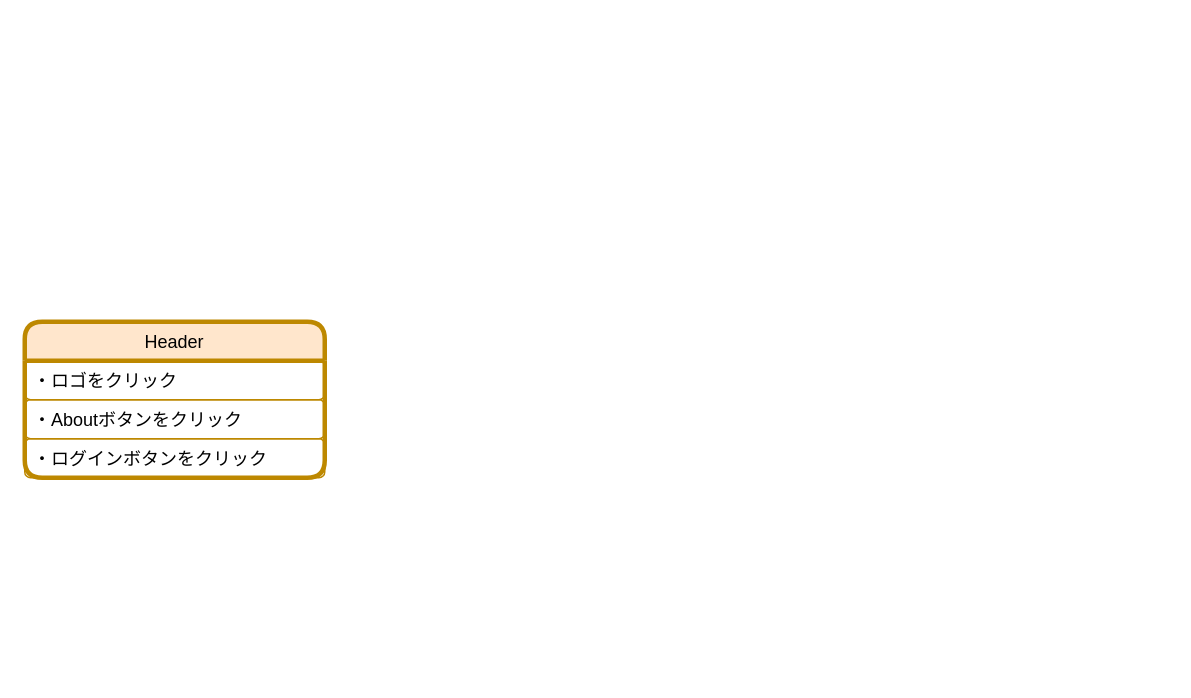
Earlier version of the draw.io diagram flowchart.drawio (MurapyonCorp/My-Portfolio). Source tidied: cells renumbered, new cells numbered last; positions are measured from the earlier drawing's top-left corner, leaving out a move shared by most shapes. Both pictures are drawn from the tidied source at 150%, with x=0, y=0 at pixel (24, 321).
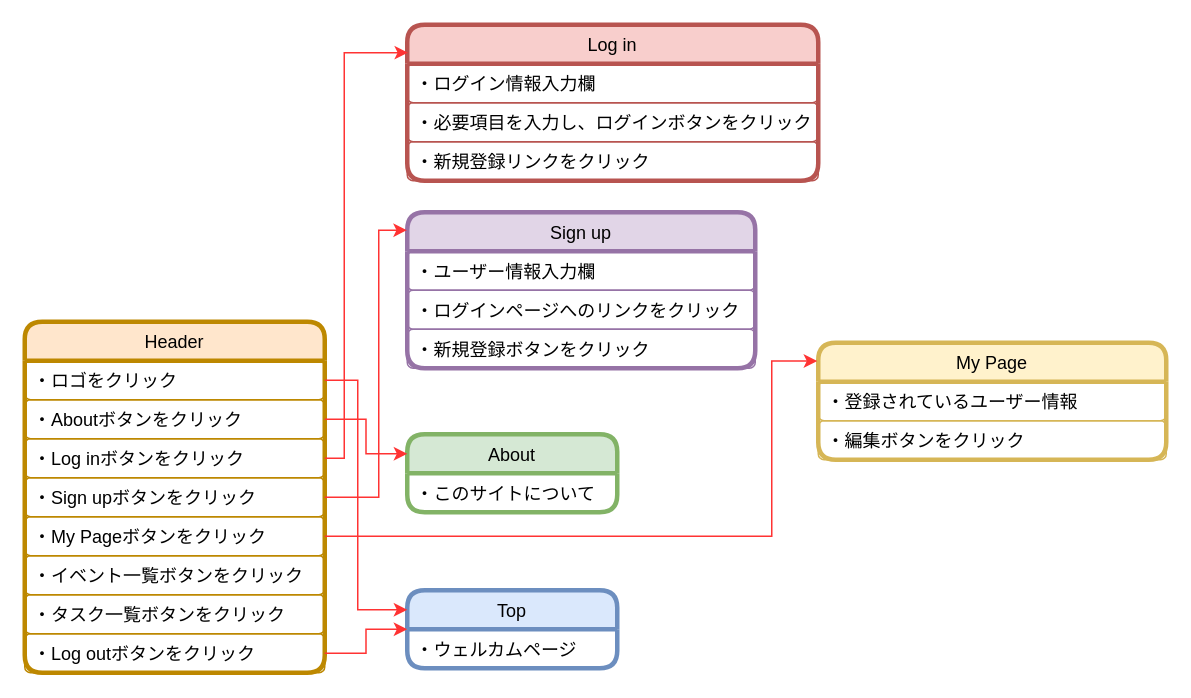
Above is the later version.

Commit message:
My Page complete

The change refers to these unchanged cells:
```xml
<mxCell id="3" value="・ロゴをクリック" style="text;fillColor=none;align=left;verticalAlign=top;spacingLeft=4;spacingRight=4;overflow=hidden;points=[[0,0.5],[1,0.5]];portConstraint=eastwest;perimeterSpacing=0;strokeWidth=1;rounded=1;glass=0;sketch=0;fontColor=#000000;labelBorderColor=none;strokeColor=#BD8800;" parent="2" vertex="1">
  <mxGeometry y="26" width="200" height="26" as="geometry" />
</mxCell>
<mxCell id="4" value="・Aboutボタンをクリック" style="text;strokeColor=#BD8800;fillColor=none;align=left;verticalAlign=top;spacingLeft=4;spacingRight=4;overflow=hidden;points=[[0,0.5],[1,0.5]];portConstraint=eastwest;rounded=1;fontColor=#000000;" parent="2" vertex="1">
  <mxGeometry y="52" width="200" height="26" as="geometry" />
</mxCell>
```

Change to the diagram source:
```diff
@@
     <mxCell id="2" value="Header" style="swimlane;fontStyle=0;horizontal=1;startSize=26;fillColor=#ffe6cc;strokeColor=#BD8800;strokeWidth=3;rounded=1;fontColor=#000000;" parent="1" vertex="1">
-      <mxGeometry width="200" height="104" as="geometry" />
+      <mxGeometry width="200" height="234" as="geometry" />
     </mxCell>
@@
-    <mxCell id="5" value="・ログインボタンをクリック" style="text;fillColor=none;align=left;verticalAlign=top;spacingLeft=4;spacingRight=4;overflow=hidden;points=[[0,0.5],[1,0.5]];portConstraint=eastwest;rounded=1;fontColor=#000000;strokeColor=#BD8800;" parent="2" vertex="1">
+    <mxCell id="5" value="・Log inボタンをクリック" style="text;fillColor=none;align=left;verticalAlign=top;spacingLeft=4;spacingRight=4;overflow=hidden;points=[[0,0.5],[1,0.5]];portConstraint=eastwest;rounded=1;fontColor=#000000;strokeColor=#BD8800;" parent="2" vertex="1">
       <mxGeometry y="78" width="200" height="26" as="geometry" />
     </mxCell>
+    <mxCell id="6" value="・Sign upボタンをクリック" style="text;fillColor=none;align=left;verticalAlign=top;spacingLeft=4;spacingRight=4;overflow=hidden;points=[[0,0.5],[1,0.5]];portConstraint=eastwest;rounded=1;fontColor=#000000;strokeColor=#BD8800;" parent="2" vertex="1">
+      <mxGeometry y="104" width="200" height="26" as="geometry" />
+    </mxCell>
+    <mxCell id="7" value="・My Pageボタンをクリック" style="text;fillColor=none;align=left;verticalAlign=top;spacingLeft=4;spacingRight=4;overflow=hidden;points=[[0,0.5],[1,0.5]];portConstraint=eastwest;rounded=1;fontColor=#000000;strokeColor=#BD8800;" parent="2" vertex="1">
+      <mxGeometry y="130" width="200" height="26" as="geometry" />
+    </mxCell>
+    <mxCell id="8" value="・イベント一覧ボタンをクリック" style="text;fillColor=none;align=left;verticalAlign=top;spacingLeft=4;spacingRight=4;overflow=hidden;rounded=1;fontColor=#000000;strokeColor=#BD8800;" parent="2" vertex="1">
+      <mxGeometry y="156" width="200" height="26" as="geometry" />
+    </mxCell>
+    <mxCell id="9" value="・タスク一覧ボタンをクリック" style="text;fillColor=none;align=left;verticalAlign=top;spacingLeft=4;spacingRight=4;overflow=hidden;rounded=1;fontColor=#000000;strokeColor=#BD8800;" parent="2" vertex="1">
+      <mxGeometry y="182" width="200" height="26" as="geometry" />
+    </mxCell>
+    <mxCell id="10" value="・Log outボタンをクリック" style="text;fillColor=none;align=left;verticalAlign=top;spacingLeft=4;spacingRight=4;overflow=hidden;points=[[0,0.5],[1,0.5]];portConstraint=eastwest;rounded=1;fontColor=#000000;strokeColor=#BD8800;" parent="2" vertex="1">
+      <mxGeometry y="208" width="200" height="26" as="geometry" />
+    </mxCell>
+    <mxCell id="11" value="Top" style="swimlane;fontStyle=0;horizontal=1;startSize=26;fillColor=#dae8fc;glass=0;sketch=0;strokeColor=#6c8ebf;rounded=1;fontColor=#000000;strokeWidth=3;" parent="1" vertex="1">
+      <mxGeometry x="255" y="179" width="140" height="52" as="geometry" />
+    </mxCell>
+    <mxCell id="12" value="・ウェルカムページ" style="text;strokeColor=none;fillColor=none;align=left;verticalAlign=top;spacingLeft=4;spacingRight=4;overflow=hidden;rounded=1;glass=0;sketch=0;fontColor=#000000;" parent="11" vertex="1">
+      <mxGeometry y="26" width="140" height="26" as="geometry" />
+    </mxCell>
+    <mxCell id="13" style="edgeStyle=orthogonalEdgeStyle;rounded=0;jettySize=auto;html=1;exitX=1;exitY=0.5;exitDx=0;exitDy=0;entryX=0;entryY=0.5;entryDx=0;entryDy=0;fontColor=#000000;strokeColor=#FF3333;" parent="1" edge="1" source="10" target="11">
+      <mxGeometry relative="1" as="geometry" />
+    </mxCell>
+    <mxCell id="14" style="edgeStyle=orthogonalEdgeStyle;rounded=0;jettySize=auto;html=1;exitX=1;exitY=0.5;exitDx=0;exitDy=0;fontColor=#000000;strokeColor=#FF3333;entryX=0;entryY=0.25;entryDx=0;entryDy=0;" parent="1" edge="1" source="3" target="11">
+      <mxGeometry relative="1" as="geometry">
+        <Array as="points">
+          <mxPoint x="222" y="39" />
+          <mxPoint x="222" y="192" />
+        </Array>
+      </mxGeometry>
+    </mxCell>
+    <mxCell id="15" value="About" style="swimlane;fontStyle=0;horizontal=1;startSize=26;fillColor=#d5e8d4;glass=0;sketch=0;strokeColor=#82b366;rounded=1;strokeWidth=3;fontColor=#000000;" parent="1" vertex="1">
+      <mxGeometry x="255" y="75" width="140" height="52" as="geometry" />
+    </mxCell>
+    <mxCell id="16" value="・このサイトについて" style="text;strokeColor=none;fillColor=none;align=left;verticalAlign=top;spacingLeft=4;spacingRight=4;overflow=hidden;rounded=1;glass=0;sketch=0;fontColor=#000000;" parent="15" vertex="1">
+      <mxGeometry y="26" width="140" height="26" as="geometry" />
+    </mxCell>
+    <mxCell id="17" style="edgeStyle=orthogonalEdgeStyle;rounded=0;jettySize=auto;html=1;exitX=1;exitY=0.5;exitDx=0;exitDy=0;entryX=0;entryY=0.25;entryDx=0;entryDy=0;fontColor=#000000;strokeColor=#FF3333;" parent="1" edge="1" source="4" target="15">
+      <mxGeometry relative="1" as="geometry" />
+    </mxCell>
+    <mxCell id="18" value="Log in" style="swimlane;fontStyle=0;horizontal=1;startSize=26;fillColor=#f8cecc;rounded=1;glass=0;sketch=0;strokeWidth=3;fontColor=#000000;strokeColor=#B85450;" parent="1" vertex="1">
+      <mxGeometry x="255" y="-198" width="274" height="104" as="geometry" />
+    </mxCell>
+    <mxCell id="19" value="・ログイン情報入力欄" style="text;fillColor=none;align=left;verticalAlign=top;spacingLeft=4;spacingRight=4;overflow=hidden;fontColor=#000000;strokeColor=#B85450;rounded=1;" parent="18" vertex="1">
+      <mxGeometry y="26" width="274" height="26" as="geometry" />
+    </mxCell>
+    <mxCell id="20" value="・必要項目を入力し、ログインボタンをクリック" style="text;fillColor=none;align=left;verticalAlign=top;spacingLeft=4;spacingRight=4;overflow=hidden;fontColor=#000000;strokeColor=#B85450;rounded=1;" parent="18" vertex="1">
+      <mxGeometry y="52" width="274" height="26" as="geometry" />
+    </mxCell>
+    <mxCell id="21" value="・新規登録リンクをクリック" style="text;fillColor=none;align=left;verticalAlign=top;spacingLeft=4;spacingRight=4;overflow=hidden;fontColor=#000000;strokeColor=#B85450;rounded=1;" parent="18" vertex="1">
+      <mxGeometry y="78" width="274" height="26" as="geometry" />
+    </mxCell>
+    <mxCell id="22" style="edgeStyle=orthogonalEdgeStyle;rounded=0;jettySize=auto;html=1;exitX=1;exitY=0.5;exitDx=0;exitDy=0;entryX=0.002;entryY=0.179;entryDx=0;entryDy=0;entryPerimeter=0;fontColor=#000000;strokeColor=#FF3333;" parent="1" edge="1" source="5" target="18">
+      <mxGeometry relative="1" as="geometry">
+        <Array as="points">
+          <mxPoint x="213" y="91" />
+          <mxPoint x="213" y="-179" />
+        </Array>
+      </mxGeometry>
+    </mxCell>
+    <mxCell id="23" value="Sign up" style="swimlane;fontStyle=0;horizontal=1;startSize=26;fillColor=#e1d5e7;rounded=1;glass=0;sketch=0;strokeWidth=3;fontColor=#000000;strokeColor=#9673A6;" parent="1" vertex="1">
+      <mxGeometry x="255" y="-73" width="232" height="104" as="geometry" />
+    </mxCell>
+    <mxCell id="24" value="・ユーザー情報入力欄" style="text;fillColor=none;align=left;verticalAlign=top;spacingLeft=4;spacingRight=4;overflow=hidden;fontColor=#000000;rounded=1;strokeColor=#9673A6;" parent="23" vertex="1">
+      <mxGeometry y="26" width="232" height="26" as="geometry" />
+    </mxCell>
+    <mxCell id="25" value="・ログインページへのリンクをクリック" style="text;fillColor=none;align=left;verticalAlign=top;spacingLeft=4;spacingRight=4;overflow=hidden;fontColor=#000000;rounded=1;strokeColor=#9673A6;" parent="23" vertex="1">
+      <mxGeometry y="52" width="232" height="26" as="geometry" />
+    </mxCell>
+    <mxCell id="26" value="・新規登録ボタンをクリック" style="text;fillColor=none;align=left;verticalAlign=top;spacingLeft=4;spacingRight=4;overflow=hidden;fontColor=#000000;rounded=1;strokeColor=#9673A6;" parent="23" vertex="1">
+      <mxGeometry y="78" width="232" height="26" as="geometry" />
+    </mxCell>
+    <mxCell id="27" style="edgeStyle=orthogonalEdgeStyle;rounded=0;jettySize=auto;html=1;exitX=1;exitY=0.5;exitDx=0;exitDy=0;entryX=-0.001;entryY=0.115;entryDx=0;entryDy=0;entryPerimeter=0;fontColor=#000000;strokeColor=#FF3333;" parent="1" edge="1" source="6" target="23">
+      <mxGeometry relative="1" as="geometry">
+        <Array as="points">
+          <mxPoint x="236" y="117" />
+          <mxPoint x="236" y="-61" />
+        </Array>
+      </mxGeometry>
+    </mxCell>
+    <mxCell id="28" value="My Page" style="swimlane;fontStyle=0;horizontal=1;startSize=26;fillColor=#fff2cc;rounded=1;glass=0;sketch=0;strokeWidth=3;fontColor=#000000;strokeColor=#D6B656;" parent="1" vertex="1">
+      <mxGeometry x="529" y="14" width="232" height="78" as="geometry" />
+    </mxCell>
+    <mxCell id="29" value="・登録されているユーザー情報" style="text;fillColor=none;align=left;verticalAlign=top;spacingLeft=4;spacingRight=4;overflow=hidden;fontColor=#000000;rounded=1;strokeColor=#D6B656;" parent="28" vertex="1">
+      <mxGeometry y="26" width="232" height="26" as="geometry" />
+    </mxCell>
+    <mxCell id="30" value="・編集ボタンをクリック" style="text;fillColor=none;align=left;verticalAlign=top;spacingLeft=4;spacingRight=4;overflow=hidden;fontColor=#000000;rounded=1;strokeColor=#D6B656;" parent="28" vertex="1">
+      <mxGeometry y="52" width="232" height="26" as="geometry" />
+    </mxCell>
+    <mxCell id="31" style="edgeStyle=orthogonalEdgeStyle;rounded=0;jettySize=auto;html=1;exitX=1;exitY=0.5;exitDx=0;exitDy=0;entryX=-0.003;entryY=0.156;entryDx=0;entryDy=0;entryPerimeter=0;fontColor=#000000;strokeColor=#FF3333;" parent="1" edge="1" source="7" target="28">
+      <mxGeometry relative="1" as="geometry">
+        <Array as="points">
+          <mxPoint x="498" y="143" />
+          <mxPoint x="498" y="26" />
+        </Array>
+      </mxGeometry>
+    </mxCell>
```
